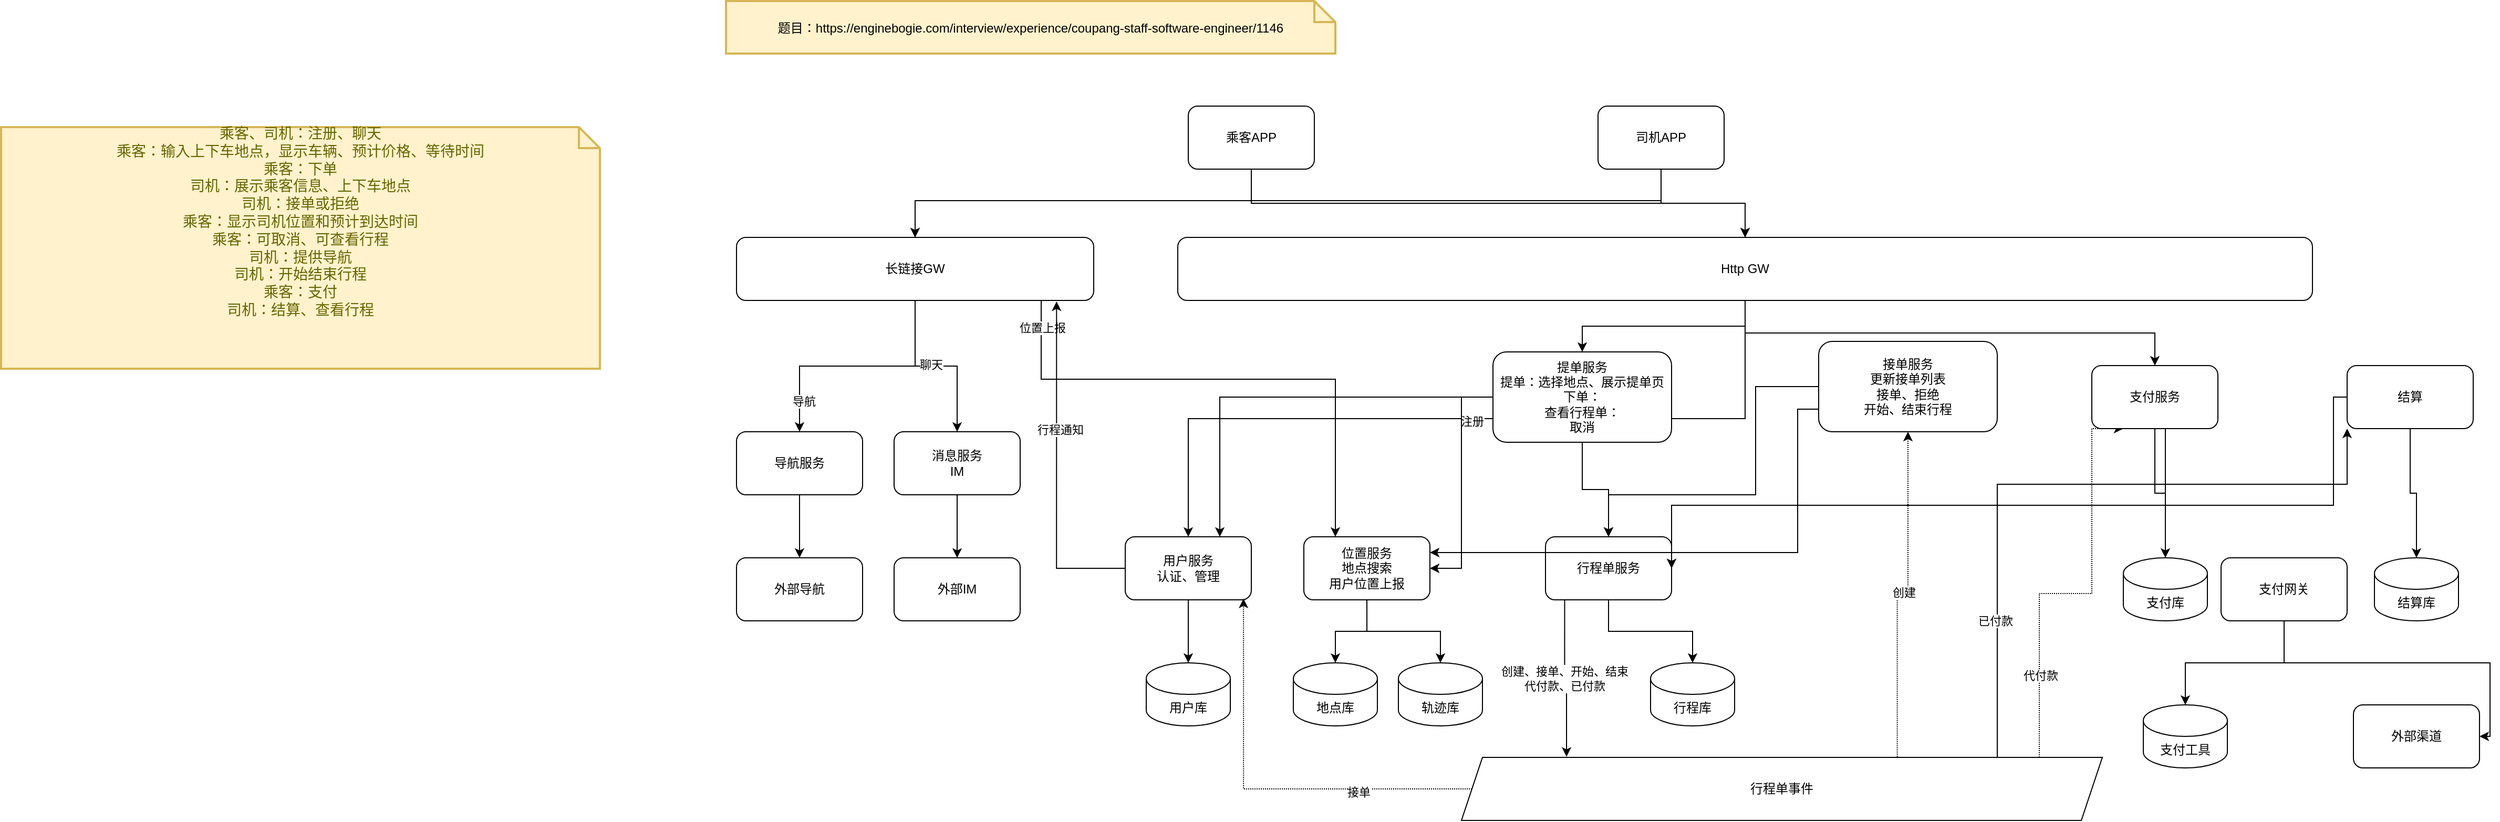
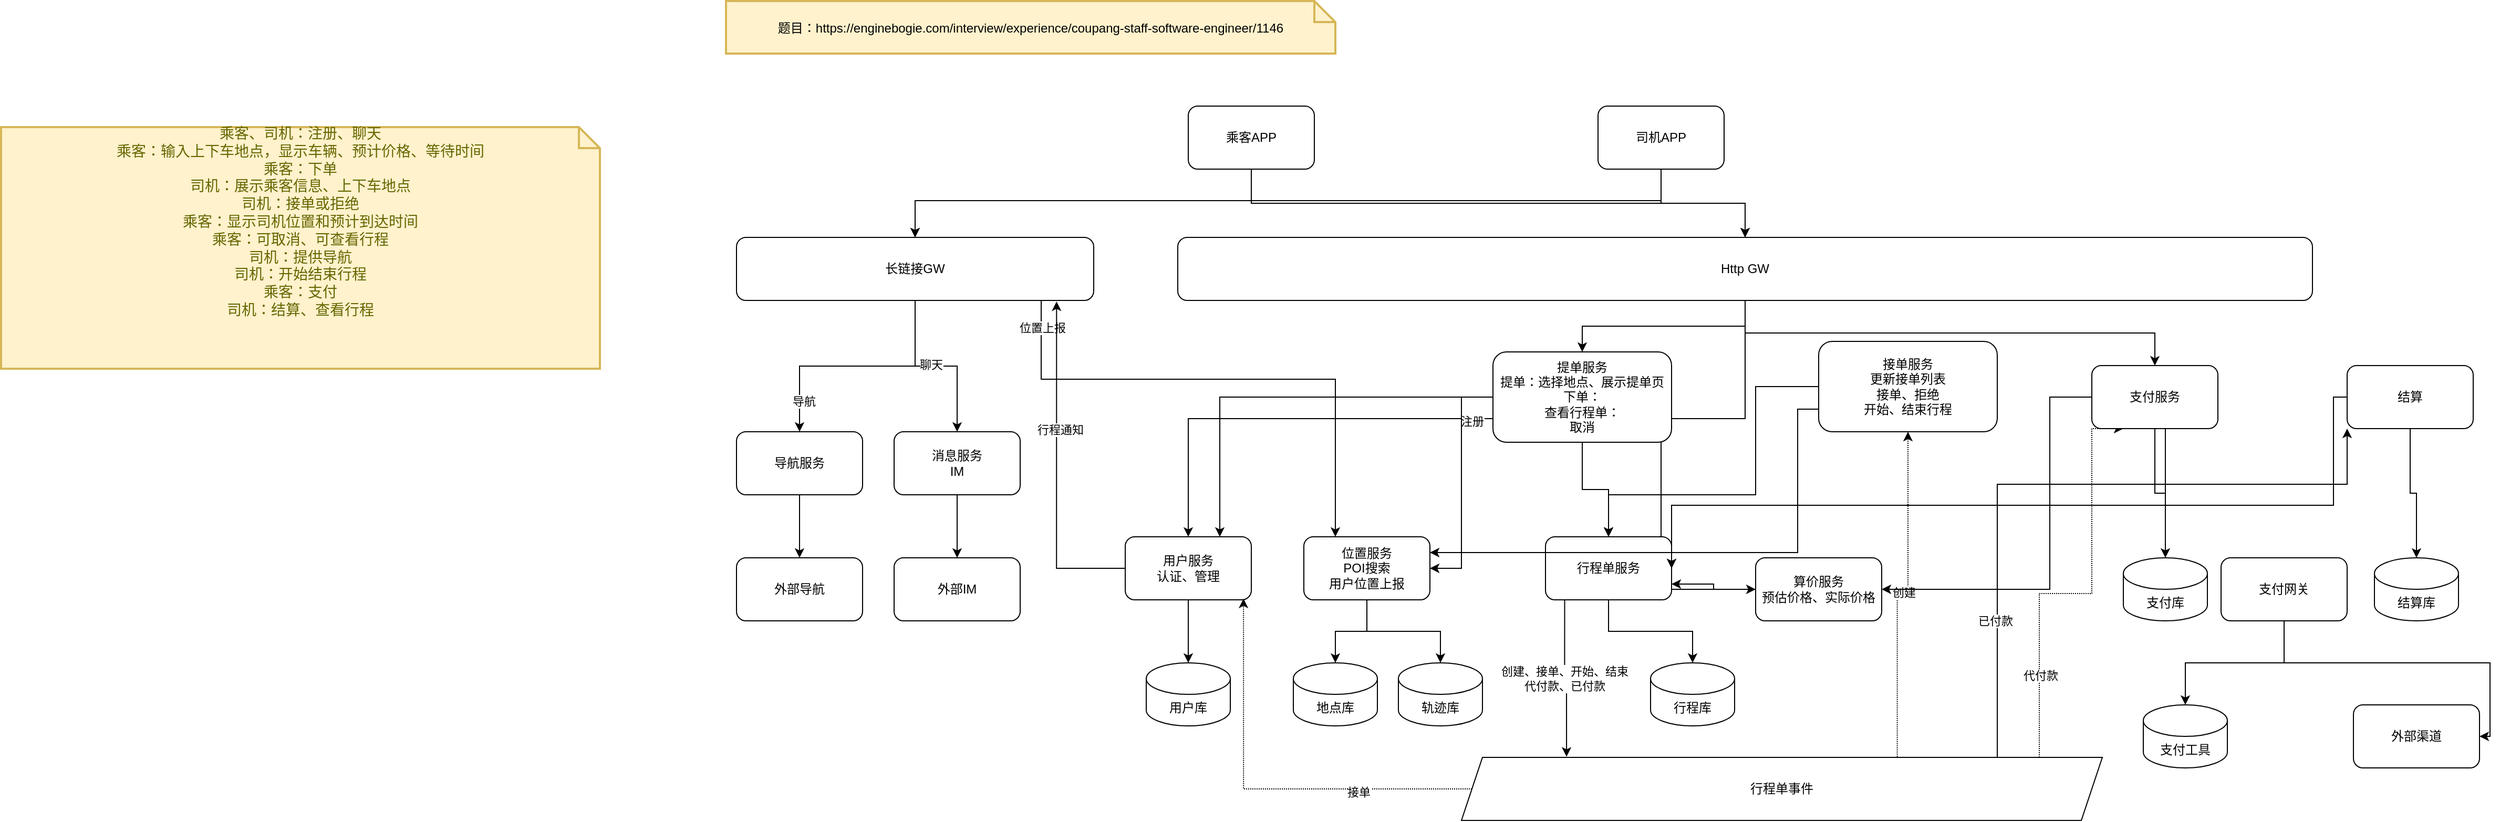
<mxfile host="app.diagrams.net" agent="Mozilla/5.0 (Windows NT 10.0; Win64; x64) AppleWebKit/537.36 (KHTML, like Gecko) draw.io/10.8.0 Chrome/73.0.3683.121 Electron/5.0.4 Safari/537.36">
  <diagram id="dw9DIYGoIQujjZgAUzOq" name="打车应用">
-     <mxGraphModel dx="2516" dy="724" grid="1" gridSize="10" guides="1" tooltips="1" connect="1" arrows="1" fold="1" page="1" pageScale="1" pageWidth="1169" pageHeight="827" math="0" shadow="0">
+     <mxGraphModel dx="3344" dy="1169" grid="1" gridSize="10" guides="1" tooltips="1" connect="1" arrows="1" fold="1" page="1" pageScale="1" pageWidth="1169" pageHeight="827" math="0" shadow="0">
      <root>
        <mxCell id="0" />
        <mxCell id="1" parent="0" />
        <mxCell id="qZWEmjuA36gEhOPuAmIH-36" parent="1" style="shape=note;strokeWidth=2;fontSize=14;size=20;whiteSpace=wrap;html=1;fillColor=#fff2cc;strokeColor=#d6b656;fontColor=#666600;" value="&lt;span style=&quot;color: rgb(0, 0, 0); font-size: 12px;&quot;&gt;题目：https://enginebogie.com/interview/experience/coupang-staff-software-engineer/1146&lt;/span&gt;" vertex="1">
          <mxGeometry height="50" width="580" x="240" y="20" as="geometry" />
        </mxCell>
        <mxCell id="qZWEmjuA36gEhOPuAmIH-51" edge="1" parent="1" source="qZWEmjuA36gEhOPuAmIH-41" style="edgeStyle=orthogonalEdgeStyle;rounded=0;orthogonalLoop=1;jettySize=auto;html=1;" target="qZWEmjuA36gEhOPuAmIH-50">
          <mxGeometry relative="1" as="geometry" />
        </mxCell>
        <mxCell id="qZWEmjuA36gEhOPuAmIH-52" connectable="0" parent="qZWEmjuA36gEhOPuAmIH-51" style="edgeLabel;html=1;align=center;verticalAlign=middle;resizable=0;points=[];" value="注册" vertex="1">
          <mxGeometry relative="1" x="-0.013" y="2" as="geometry">
            <mxPoint as="offset" />
          </mxGeometry>
        </mxCell>
        <mxCell id="qZWEmjuA36gEhOPuAmIH-65" edge="1" parent="1" source="qZWEmjuA36gEhOPuAmIH-41" style="edgeStyle=orthogonalEdgeStyle;rounded=0;orthogonalLoop=1;jettySize=auto;html=1;" target="qZWEmjuA36gEhOPuAmIH-64">
          <mxGeometry relative="1" as="geometry" />
        </mxCell>
        <mxCell id="qZWEmjuA36gEhOPuAmIH-108" edge="1" parent="1" source="qZWEmjuA36gEhOPuAmIH-41" style="edgeStyle=orthogonalEdgeStyle;rounded=0;orthogonalLoop=1;jettySize=auto;html=1;entryX=0.5;entryY=0;entryDx=0;entryDy=0;" target="qZWEmjuA36gEhOPuAmIH-106">
          <mxGeometry relative="1" as="geometry" />
        </mxCell>
        <mxCell id="qZWEmjuA36gEhOPuAmIH-41" parent="1" style="rounded=1;whiteSpace=wrap;html=1;" value="Http GW" vertex="1">
          <mxGeometry height="60" width="1080" x="670" y="245" as="geometry" />
        </mxCell>
        <mxCell id="qZWEmjuA36gEhOPuAmIH-48" edge="1" parent="1" source="qZWEmjuA36gEhOPuAmIH-42" style="edgeStyle=orthogonalEdgeStyle;rounded=0;orthogonalLoop=1;jettySize=auto;html=1;" target="qZWEmjuA36gEhOPuAmIH-41">
          <mxGeometry relative="1" as="geometry" />
        </mxCell>
        <mxCell id="qZWEmjuA36gEhOPuAmIH-119" edge="1" parent="1" source="qZWEmjuA36gEhOPuAmIH-42" style="edgeStyle=orthogonalEdgeStyle;rounded=0;orthogonalLoop=1;jettySize=auto;html=1;" target="qZWEmjuA36gEhOPuAmIH-56">
          <mxGeometry relative="1" as="geometry">
            <Array as="points">
              <mxPoint x="740" y="210" />
              <mxPoint x="420" y="210" />
            </Array>
          </mxGeometry>
        </mxCell>
        <mxCell id="qZWEmjuA36gEhOPuAmIH-42" parent="1" style="rounded=1;whiteSpace=wrap;html=1;" value="乘客APP" vertex="1">
          <mxGeometry height="60" width="120" x="680" y="120" as="geometry" />
        </mxCell>
        <mxCell id="qZWEmjuA36gEhOPuAmIH-49" edge="1" parent="1" source="qZWEmjuA36gEhOPuAmIH-43" style="edgeStyle=orthogonalEdgeStyle;rounded=0;orthogonalLoop=1;jettySize=auto;html=1;" target="qZWEmjuA36gEhOPuAmIH-41">
          <mxGeometry relative="1" as="geometry" />
        </mxCell>
        <mxCell id="qZWEmjuA36gEhOPuAmIH-120" edge="1" parent="1" source="qZWEmjuA36gEhOPuAmIH-43" style="edgeStyle=orthogonalEdgeStyle;rounded=0;orthogonalLoop=1;jettySize=auto;html=1;" target="qZWEmjuA36gEhOPuAmIH-56">
          <mxGeometry relative="1" as="geometry">
            <Array as="points">
              <mxPoint x="1130" y="210" />
              <mxPoint x="420" y="210" />
            </Array>
          </mxGeometry>
        </mxCell>
        <mxCell id="qZWEmjuA36gEhOPuAmIH-43" parent="1" style="rounded=1;whiteSpace=wrap;html=1;" value="司机APP" vertex="1">
          <mxGeometry height="60" width="120" x="1070" y="120" as="geometry" />
        </mxCell>
        <mxCell id="qZWEmjuA36gEhOPuAmIH-54" edge="1" parent="1" source="qZWEmjuA36gEhOPuAmIH-50" style="edgeStyle=orthogonalEdgeStyle;rounded=0;orthogonalLoop=1;jettySize=auto;html=1;" target="qZWEmjuA36gEhOPuAmIH-53">
          <mxGeometry relative="1" as="geometry" />
        </mxCell>
        <mxCell id="qZWEmjuA36gEhOPuAmIH-50" parent="1" style="rounded=1;whiteSpace=wrap;html=1;" value="用户服务&lt;div&gt;认证、管理&lt;/div&gt;" vertex="1">
          <mxGeometry height="60" width="120" x="620" y="530" as="geometry" />
        </mxCell>
        <mxCell id="qZWEmjuA36gEhOPuAmIH-53" parent="1" style="shape=cylinder3;whiteSpace=wrap;html=1;boundedLbl=1;backgroundOutline=1;size=15;" value="用户库" vertex="1">
          <mxGeometry height="60" width="80" x="640" y="650" as="geometry" />
        </mxCell>
        <mxCell id="qZWEmjuA36gEhOPuAmIH-55" parent="1" style="shape=note;strokeWidth=2;fontSize=14;size=20;whiteSpace=wrap;html=1;fillColor=#fff2cc;strokeColor=#d6b656;fontColor=#666600;" value="乘客、司机：注册、聊天&lt;div&gt;&lt;div&gt;乘客：输入上下车地点，&lt;span style=&quot;background-color: transparent; color: light-dark(rgb(102, 102, 0), rgb(162, 162, 74));&quot;&gt;显示车辆、预计价格、等待时间&lt;/span&gt;&lt;/div&gt;&lt;div&gt;&lt;span style=&quot;background-color: transparent; color: light-dark(rgb(102, 102, 0), rgb(162, 162, 74));&quot;&gt;乘客：下单&lt;/span&gt;&lt;/div&gt;&lt;div&gt;&lt;span style=&quot;background-color: transparent; color: light-dark(rgb(102, 102, 0), rgb(162, 162, 74));&quot;&gt;司机：展示乘客信息、上下车地点&lt;/span&gt;&lt;/div&gt;&lt;div&gt;&lt;span style=&quot;background-color: transparent; color: light-dark(rgb(102, 102, 0), rgb(162, 162, 74));&quot;&gt;司机：接单或拒绝&lt;/span&gt;&lt;/div&gt;&lt;div&gt;&lt;span style=&quot;background-color: transparent; color: light-dark(rgb(102, 102, 0), rgb(162, 162, 74));&quot;&gt;乘客：显示司机位置和预计到达时间&lt;/span&gt;&lt;/div&gt;&lt;div&gt;&lt;span style=&quot;background-color: transparent; color: light-dark(rgb(102, 102, 0), rgb(162, 162, 74));&quot;&gt;乘客：可取消、可查看行程&lt;/span&gt;&lt;/div&gt;&lt;div&gt;&lt;span style=&quot;background-color: transparent; color: light-dark(rgb(102, 102, 0), rgb(162, 162, 74));&quot;&gt;司机：提供导航&lt;/span&gt;&lt;/div&gt;&lt;div&gt;&lt;span style=&quot;background-color: transparent; color: light-dark(rgb(102, 102, 0), rgb(162, 162, 74));&quot;&gt;司机：开始结束行程&lt;/span&gt;&lt;/div&gt;&lt;div&gt;&lt;span style=&quot;background-color: transparent; color: light-dark(rgb(102, 102, 0), rgb(162, 162, 74));&quot;&gt;乘客：支付&lt;/span&gt;&lt;/div&gt;&lt;div&gt;&lt;span style=&quot;background-color: transparent; color: light-dark(rgb(102, 102, 0), rgb(162, 162, 74));&quot;&gt;司机：结算、查看行程&lt;/span&gt;&lt;/div&gt;&lt;div&gt;&lt;span style=&quot;background-color: transparent; color: light-dark(rgb(102, 102, 0), rgb(162, 162, 74));&quot;&gt;&lt;br&gt;&lt;/span&gt;&lt;/div&gt;&lt;div&gt;&lt;span style=&quot;background-color: transparent; color: light-dark(rgb(102, 102, 0), rgb(162, 162, 74));&quot;&gt;&lt;br&gt;&lt;/span&gt;&lt;/div&gt;&lt;div&gt;&lt;br&gt;&lt;/div&gt;&lt;/div&gt;" vertex="1">
          <mxGeometry height="230" width="570" x="-450" y="140" as="geometry" />
        </mxCell>
        <mxCell id="qZWEmjuA36gEhOPuAmIH-60" edge="1" parent="1" source="qZWEmjuA36gEhOPuAmIH-56" style="edgeStyle=orthogonalEdgeStyle;rounded=0;orthogonalLoop=1;jettySize=auto;html=1;" target="qZWEmjuA36gEhOPuAmIH-59">
          <mxGeometry relative="1" as="geometry" />
        </mxCell>
        <mxCell id="qZWEmjuA36gEhOPuAmIH-63" connectable="0" parent="qZWEmjuA36gEhOPuAmIH-60" style="edgeLabel;html=1;align=center;verticalAlign=middle;resizable=0;points=[];" value="聊天" vertex="1">
          <mxGeometry relative="1" x="-0.0621" y="2" as="geometry">
            <mxPoint as="offset" />
          </mxGeometry>
        </mxCell>
        <mxCell id="qZWEmjuA36gEhOPuAmIH-100" edge="1" parent="1" source="qZWEmjuA36gEhOPuAmIH-56" style="edgeStyle=orthogonalEdgeStyle;rounded=0;orthogonalLoop=1;jettySize=auto;html=1;exitX=0.75;exitY=1;exitDx=0;exitDy=0;entryX=0.25;entryY=0;entryDx=0;entryDy=0;" target="qZWEmjuA36gEhOPuAmIH-68">
          <mxGeometry relative="1" as="geometry">
            <Array as="points">
              <mxPoint x="540" y="380" />
              <mxPoint x="820" y="380" />
            </Array>
          </mxGeometry>
        </mxCell>
        <mxCell id="qZWEmjuA36gEhOPuAmIH-101" connectable="0" parent="qZWEmjuA36gEhOPuAmIH-100" style="edgeLabel;html=1;align=center;verticalAlign=middle;resizable=0;points=[];" value="位置上报" vertex="1">
          <mxGeometry relative="1" x="-0.7735" y="1" as="geometry">
            <mxPoint as="offset" />
          </mxGeometry>
        </mxCell>
        <mxCell id="qZWEmjuA36gEhOPuAmIH-102" edge="1" parent="1" source="qZWEmjuA36gEhOPuAmIH-56" style="edgeStyle=orthogonalEdgeStyle;rounded=0;orthogonalLoop=1;jettySize=auto;html=1;" target="qZWEmjuA36gEhOPuAmIH-99">
          <mxGeometry relative="1" as="geometry" />
        </mxCell>
        <mxCell id="qZWEmjuA36gEhOPuAmIH-103" connectable="0" parent="qZWEmjuA36gEhOPuAmIH-102" style="edgeLabel;html=1;align=center;verticalAlign=middle;resizable=0;points=[];" value="导航" vertex="1">
          <mxGeometry relative="1" x="0.7552" y="4" as="geometry">
            <mxPoint as="offset" />
          </mxGeometry>
        </mxCell>
        <mxCell id="qZWEmjuA36gEhOPuAmIH-56" parent="1" style="rounded=1;whiteSpace=wrap;html=1;" value="长链接GW" vertex="1">
          <mxGeometry height="60" width="340" x="250" y="245" as="geometry" />
        </mxCell>
        <mxCell id="qZWEmjuA36gEhOPuAmIH-62" edge="1" parent="1" source="qZWEmjuA36gEhOPuAmIH-59" style="edgeStyle=orthogonalEdgeStyle;rounded=0;orthogonalLoop=1;jettySize=auto;html=1;" target="qZWEmjuA36gEhOPuAmIH-61">
          <mxGeometry relative="1" as="geometry" />
        </mxCell>
        <mxCell id="qZWEmjuA36gEhOPuAmIH-59" parent="1" style="rounded=1;whiteSpace=wrap;html=1;" value="消息服务&lt;div&gt;IM&lt;/div&gt;" vertex="1">
          <mxGeometry height="60" width="120" x="400" y="430" as="geometry" />
        </mxCell>
        <mxCell id="qZWEmjuA36gEhOPuAmIH-61" parent="1" style="rounded=1;whiteSpace=wrap;html=1;" value="外部IM" vertex="1">
          <mxGeometry height="60" width="120" x="400" y="550" as="geometry" />
        </mxCell>
        <mxCell id="qZWEmjuA36gEhOPuAmIH-72" edge="1" parent="1" source="qZWEmjuA36gEhOPuAmIH-64" style="edgeStyle=orthogonalEdgeStyle;rounded=0;orthogonalLoop=1;jettySize=auto;html=1;entryX=1;entryY=0.5;entryDx=0;entryDy=0;" target="qZWEmjuA36gEhOPuAmIH-68">
          <mxGeometry relative="1" as="geometry" />
        </mxCell>
        <mxCell id="qZWEmjuA36gEhOPuAmIH-73" edge="1" parent="1" source="qZWEmjuA36gEhOPuAmIH-64" style="edgeStyle=orthogonalEdgeStyle;rounded=0;orthogonalLoop=1;jettySize=auto;html=1;entryX=0.75;entryY=0;entryDx=0;entryDy=0;" target="qZWEmjuA36gEhOPuAmIH-50">
          <mxGeometry relative="1" as="geometry" />
        </mxCell>
        <mxCell id="qZWEmjuA36gEhOPuAmIH-77" edge="1" parent="1" source="qZWEmjuA36gEhOPuAmIH-64" style="edgeStyle=orthogonalEdgeStyle;rounded=0;orthogonalLoop=1;jettySize=auto;html=1;" target="qZWEmjuA36gEhOPuAmIH-74">
          <mxGeometry relative="1" as="geometry" />
        </mxCell>
        <mxCell id="qZWEmjuA36gEhOPuAmIH-86" edge="1" parent="1" source="qZWEmjuA36gEhOPuAmIH-74" style="edgeStyle=orthogonalEdgeStyle;rounded=0;orthogonalLoop=1;jettySize=auto;html=1;exitX=0.152;exitY=0.965;exitDx=0;exitDy=0;entryX=0.164;entryY=-0.011;entryDx=0;entryDy=0;exitPerimeter=0;entryPerimeter=0;" target="qZWEmjuA36gEhOPuAmIH-84">
          <mxGeometry relative="1" as="geometry" />
        </mxCell>
        <mxCell id="qZWEmjuA36gEhOPuAmIH-87" connectable="0" parent="qZWEmjuA36gEhOPuAmIH-86" style="edgeLabel;html=1;align=center;verticalAlign=middle;resizable=0;points=[];" value="创建、接单、开始、结束&lt;div&gt;代付款、已付款&lt;/div&gt;" vertex="1">
          <mxGeometry relative="1" x="0.0003" as="geometry">
            <mxPoint as="offset" />
          </mxGeometry>
        </mxCell>
+         <mxCell id="qZWEmjuA36gEhOPuAmIH-138" edge="1" parent="1" source="qZWEmjuA36gEhOPuAmIH-64" style="edgeStyle=orthogonalEdgeStyle;rounded=0;orthogonalLoop=1;jettySize=auto;html=1;" target="qZWEmjuA36gEhOPuAmIH-137">
+           <mxGeometry relative="1" as="geometry">
+             <Array as="points">
+               <mxPoint x="1130" y="580" />
+             </Array>
+           </mxGeometry>
+         </mxCell>
        <mxCell id="qZWEmjuA36gEhOPuAmIH-64" parent="1" style="rounded=1;whiteSpace=wrap;html=1;" value="提单服务&lt;div&gt;提单：选择地点、展示提单页&lt;/div&gt;&lt;div&gt;下单：&lt;/div&gt;&lt;div&gt;查看行程单：&lt;/div&gt;&lt;div&gt;取消&lt;/div&gt;" vertex="1">
          <mxGeometry height="86" width="170" x="970" y="354" as="geometry" />
        </mxCell>
        <mxCell id="qZWEmjuA36gEhOPuAmIH-67" edge="1" parent="1" source="qZWEmjuA36gEhOPuAmIH-68" style="edgeStyle=orthogonalEdgeStyle;rounded=0;orthogonalLoop=1;jettySize=auto;html=1;" target="qZWEmjuA36gEhOPuAmIH-69">
          <mxGeometry relative="1" as="geometry" />
        </mxCell>
        <mxCell id="qZWEmjuA36gEhOPuAmIH-71" edge="1" parent="1" source="qZWEmjuA36gEhOPuAmIH-68" style="edgeStyle=orthogonalEdgeStyle;rounded=0;orthogonalLoop=1;jettySize=auto;html=1;" target="qZWEmjuA36gEhOPuAmIH-70">
          <mxGeometry relative="1" as="geometry" />
        </mxCell>
-         <mxCell id="qZWEmjuA36gEhOPuAmIH-68" parent="1" style="rounded=1;whiteSpace=wrap;html=1;" value="位置服务&lt;div&gt;地点搜索&lt;/div&gt;&lt;div&gt;用户位置上报&lt;/div&gt;" vertex="1">
+         <mxCell id="qZWEmjuA36gEhOPuAmIH-68" parent="1" style="rounded=1;whiteSpace=wrap;html=1;" value="位置服务&lt;div&gt;POI搜索&lt;/div&gt;&lt;div&gt;用户位置上报&lt;/div&gt;" vertex="1">
          <mxGeometry height="60" width="120" x="790" y="530" as="geometry" />
        </mxCell>
        <mxCell id="qZWEmjuA36gEhOPuAmIH-69" parent="1" style="shape=cylinder3;whiteSpace=wrap;html=1;boundedLbl=1;backgroundOutline=1;size=15;" value="轨迹库" vertex="1">
          <mxGeometry height="60" width="80" x="880" y="650" as="geometry" />
        </mxCell>
        <mxCell id="qZWEmjuA36gEhOPuAmIH-70" parent="1" style="shape=cylinder3;whiteSpace=wrap;html=1;boundedLbl=1;backgroundOutline=1;size=15;" value="地点库" vertex="1">
          <mxGeometry height="60" width="80" x="780" y="650" as="geometry" />
        </mxCell>
        <mxCell id="qZWEmjuA36gEhOPuAmIH-76" edge="1" parent="1" source="qZWEmjuA36gEhOPuAmIH-74" style="edgeStyle=orthogonalEdgeStyle;rounded=0;orthogonalLoop=1;jettySize=auto;html=1;" target="qZWEmjuA36gEhOPuAmIH-75">
          <mxGeometry relative="1" as="geometry" />
        </mxCell>
        <mxCell id="qZWEmjuA36gEhOPuAmIH-74" parent="1" style="rounded=1;whiteSpace=wrap;html=1;" value="行程单服务" vertex="1">
          <mxGeometry height="60" width="120" x="1020" y="530" as="geometry" />
        </mxCell>
        <mxCell id="qZWEmjuA36gEhOPuAmIH-75" parent="1" style="shape=cylinder3;whiteSpace=wrap;html=1;boundedLbl=1;backgroundOutline=1;size=15;" value="行程库" vertex="1">
          <mxGeometry height="60" width="80" x="1120" y="650" as="geometry" />
        </mxCell>
        <mxCell id="qZWEmjuA36gEhOPuAmIH-83" edge="1" parent="1" source="qZWEmjuA36gEhOPuAmIH-78" style="edgeStyle=orthogonalEdgeStyle;rounded=0;orthogonalLoop=1;jettySize=auto;html=1;" target="qZWEmjuA36gEhOPuAmIH-74">
          <mxGeometry relative="1" as="geometry">
            <Array as="points">
              <mxPoint x="1220" y="387" />
              <mxPoint x="1220" y="490" />
              <mxPoint x="1080" y="490" />
            </Array>
          </mxGeometry>
        </mxCell>
        <mxCell id="qZWEmjuA36gEhOPuAmIH-127" edge="1" parent="1" source="qZWEmjuA36gEhOPuAmIH-78" style="edgeStyle=orthogonalEdgeStyle;rounded=0;orthogonalLoop=1;jettySize=auto;html=1;exitX=0;exitY=0.75;exitDx=0;exitDy=0;entryX=1;entryY=0.25;entryDx=0;entryDy=0;" target="qZWEmjuA36gEhOPuAmIH-68">
          <mxGeometry relative="1" as="geometry">
            <Array as="points">
              <mxPoint x="1260" y="408" />
              <mxPoint x="1260" y="545" />
            </Array>
          </mxGeometry>
        </mxCell>
        <mxCell id="qZWEmjuA36gEhOPuAmIH-78" parent="1" style="rounded=1;whiteSpace=wrap;html=1;" value="接单服务&lt;div&gt;更新接单列表&lt;/div&gt;&lt;div&gt;接单、拒绝&lt;/div&gt;&lt;div&gt;开始、结束行程&lt;/div&gt;" vertex="1">
          <mxGeometry height="86" width="170" x="1280" y="344" as="geometry" />
        </mxCell>
        <mxCell id="qZWEmjuA36gEhOPuAmIH-88" edge="1" parent="1" source="qZWEmjuA36gEhOPuAmIH-84" style="edgeStyle=orthogonalEdgeStyle;rounded=0;orthogonalLoop=1;jettySize=auto;html=1;dashed=1;dashPattern=1 1;exitX=0.68;exitY=-0.011;exitDx=0;exitDy=0;exitPerimeter=0;" target="qZWEmjuA36gEhOPuAmIH-78">
          <mxGeometry relative="1" as="geometry" />
        </mxCell>
        <mxCell id="qZWEmjuA36gEhOPuAmIH-89" connectable="0" parent="qZWEmjuA36gEhOPuAmIH-88" style="edgeLabel;html=1;align=center;verticalAlign=middle;resizable=0;points=[];" value="创建" vertex="1">
          <mxGeometry relative="1" x="0.0024" y="2" as="geometry">
            <mxPoint as="offset" />
          </mxGeometry>
        </mxCell>
        <mxCell id="qZWEmjuA36gEhOPuAmIH-132" edge="1" parent="1" source="qZWEmjuA36gEhOPuAmIH-84" style="edgeStyle=orthogonalEdgeStyle;rounded=0;orthogonalLoop=1;jettySize=auto;html=1;entryX=0.25;entryY=1;entryDx=0;entryDy=0;dashed=1;dashPattern=1 1;" target="qZWEmjuA36gEhOPuAmIH-106">
          <mxGeometry relative="1" as="geometry">
            <Array as="points">
              <mxPoint x="1490" y="584" />
              <mxPoint x="1540" y="584" />
              <mxPoint x="1540" y="427" />
            </Array>
          </mxGeometry>
        </mxCell>
        <mxCell id="qZWEmjuA36gEhOPuAmIH-133" connectable="0" parent="qZWEmjuA36gEhOPuAmIH-132" style="edgeLabel;html=1;align=center;verticalAlign=middle;resizable=0;points=[];" value="代付款" vertex="1">
          <mxGeometry relative="1" x="-0.604" y="-1" as="geometry">
            <mxPoint as="offset" />
          </mxGeometry>
        </mxCell>
        <mxCell id="qZWEmjuA36gEhOPuAmIH-135" edge="1" parent="1" source="qZWEmjuA36gEhOPuAmIH-84" style="edgeStyle=orthogonalEdgeStyle;rounded=0;orthogonalLoop=1;jettySize=auto;html=1;exitX=1;exitY=0;exitDx=0;exitDy=0;entryX=0;entryY=1;entryDx=0;entryDy=0;" target="qZWEmjuA36gEhOPuAmIH-109">
          <mxGeometry relative="1" as="geometry">
            <Array as="points">
              <mxPoint x="1450" y="740" />
              <mxPoint x="1450" y="480" />
              <mxPoint x="1783" y="480" />
            </Array>
          </mxGeometry>
        </mxCell>
        <mxCell id="qZWEmjuA36gEhOPuAmIH-136" connectable="0" parent="qZWEmjuA36gEhOPuAmIH-135" style="edgeLabel;html=1;align=center;verticalAlign=middle;resizable=0;points=[];" value="已付款" vertex="1">
          <mxGeometry relative="1" x="-0.3829" y="2" as="geometry">
            <mxPoint as="offset" />
          </mxGeometry>
        </mxCell>
        <mxCell id="qZWEmjuA36gEhOPuAmIH-84" parent="1" style="shape=parallelogram;perimeter=parallelogramPerimeter;whiteSpace=wrap;html=1;fixedSize=1;" value="行程单事件" vertex="1">
          <mxGeometry height="60" width="610" x="940" y="740" as="geometry" />
        </mxCell>
        <mxCell id="qZWEmjuA36gEhOPuAmIH-95" edge="1" parent="1" source="qZWEmjuA36gEhOPuAmIH-84" style="edgeStyle=orthogonalEdgeStyle;rounded=0;orthogonalLoop=1;jettySize=auto;html=1;entryX=0.938;entryY=0.981;entryDx=0;entryDy=0;entryPerimeter=0;dashed=1;dashPattern=1 1;" target="qZWEmjuA36gEhOPuAmIH-50">
          <mxGeometry relative="1" as="geometry" />
        </mxCell>
        <mxCell id="qZWEmjuA36gEhOPuAmIH-96" connectable="0" parent="qZWEmjuA36gEhOPuAmIH-95" style="edgeLabel;html=1;align=center;verticalAlign=middle;resizable=0;points=[];" value="接单" vertex="1">
          <mxGeometry relative="1" x="-0.4585" y="3" as="geometry">
            <mxPoint as="offset" />
          </mxGeometry>
        </mxCell>
        <mxCell id="qZWEmjuA36gEhOPuAmIH-97" edge="1" parent="1" source="qZWEmjuA36gEhOPuAmIH-50" style="edgeStyle=orthogonalEdgeStyle;rounded=0;orthogonalLoop=1;jettySize=auto;html=1;entryX=0.896;entryY=1.017;entryDx=0;entryDy=0;entryPerimeter=0;" target="qZWEmjuA36gEhOPuAmIH-56">
          <mxGeometry relative="1" as="geometry" />
        </mxCell>
        <mxCell id="qZWEmjuA36gEhOPuAmIH-98" connectable="0" parent="qZWEmjuA36gEhOPuAmIH-97" style="edgeLabel;html=1;align=center;verticalAlign=middle;resizable=0;points=[];" value="行程通知" vertex="1">
          <mxGeometry relative="1" x="0.2376" y="-3" as="geometry">
            <mxPoint as="offset" />
          </mxGeometry>
        </mxCell>
        <mxCell id="qZWEmjuA36gEhOPuAmIH-105" edge="1" parent="1" source="qZWEmjuA36gEhOPuAmIH-99" style="edgeStyle=orthogonalEdgeStyle;rounded=0;orthogonalLoop=1;jettySize=auto;html=1;" target="qZWEmjuA36gEhOPuAmIH-104">
          <mxGeometry relative="1" as="geometry" />
        </mxCell>
        <mxCell id="qZWEmjuA36gEhOPuAmIH-99" parent="1" style="rounded=1;whiteSpace=wrap;html=1;" value="导航服务" vertex="1">
          <mxGeometry height="60" width="120" x="250" y="430" as="geometry" />
        </mxCell>
        <mxCell id="qZWEmjuA36gEhOPuAmIH-104" parent="1" style="rounded=1;whiteSpace=wrap;html=1;" value="外部导航" vertex="1">
          <mxGeometry height="60" width="120" x="250" y="550" as="geometry" />
        </mxCell>
        <mxCell id="qZWEmjuA36gEhOPuAmIH-107" edge="1" parent="1" source="qZWEmjuA36gEhOPuAmIH-106" style="edgeStyle=orthogonalEdgeStyle;rounded=0;orthogonalLoop=1;jettySize=auto;html=1;entryX=1;entryY=0.5;entryDx=0;entryDy=0;" target="qZWEmjuA36gEhOPuAmIH-74">
          <mxGeometry relative="1" as="geometry">
            <Array as="points">
              <mxPoint x="1610" y="500" />
              <mxPoint x="1140" y="500" />
            </Array>
          </mxGeometry>
        </mxCell>
        <mxCell id="qZWEmjuA36gEhOPuAmIH-130" edge="1" parent="1" source="qZWEmjuA36gEhOPuAmIH-106" style="edgeStyle=orthogonalEdgeStyle;rounded=0;orthogonalLoop=1;jettySize=auto;html=1;" target="qZWEmjuA36gEhOPuAmIH-128">
          <mxGeometry relative="1" as="geometry" />
        </mxCell>
+         <mxCell id="qZWEmjuA36gEhOPuAmIH-139" edge="1" parent="1" source="qZWEmjuA36gEhOPuAmIH-106" style="edgeStyle=orthogonalEdgeStyle;rounded=0;orthogonalLoop=1;jettySize=auto;html=1;entryX=1;entryY=0.5;entryDx=0;entryDy=0;" target="qZWEmjuA36gEhOPuAmIH-137">
+           <mxGeometry relative="1" as="geometry">
+             <Array as="points">
+               <mxPoint x="1500" y="397" />
+               <mxPoint x="1500" y="580" />
+             </Array>
+           </mxGeometry>
+         </mxCell>
        <mxCell id="qZWEmjuA36gEhOPuAmIH-106" parent="1" style="rounded=1;whiteSpace=wrap;html=1;" value="支付服务" vertex="1">
          <mxGeometry height="60" width="120" x="1540" y="367" as="geometry" />
        </mxCell>
        <mxCell id="qZWEmjuA36gEhOPuAmIH-121" edge="1" parent="1" source="qZWEmjuA36gEhOPuAmIH-109" style="edgeStyle=orthogonalEdgeStyle;rounded=0;orthogonalLoop=1;jettySize=auto;html=1;entryX=1;entryY=0.5;entryDx=0;entryDy=0;" target="qZWEmjuA36gEhOPuAmIH-74">
          <mxGeometry relative="1" as="geometry">
            <Array as="points">
              <mxPoint x="1770" y="500" />
              <mxPoint x="1140" y="500" />
            </Array>
          </mxGeometry>
        </mxCell>
        <mxCell id="qZWEmjuA36gEhOPuAmIH-131" edge="1" parent="1" source="qZWEmjuA36gEhOPuAmIH-109" style="edgeStyle=orthogonalEdgeStyle;rounded=0;orthogonalLoop=1;jettySize=auto;html=1;" target="qZWEmjuA36gEhOPuAmIH-129">
          <mxGeometry relative="1" as="geometry" />
        </mxCell>
        <mxCell id="qZWEmjuA36gEhOPuAmIH-109" parent="1" style="rounded=1;whiteSpace=wrap;html=1;" value="结算" vertex="1">
          <mxGeometry height="60" width="120" x="1783" y="367" as="geometry" />
        </mxCell>
        <mxCell id="qZWEmjuA36gEhOPuAmIH-116" edge="1" parent="1" source="qZWEmjuA36gEhOPuAmIH-110" style="edgeStyle=orthogonalEdgeStyle;rounded=0;orthogonalLoop=1;jettySize=auto;html=1;" target="qZWEmjuA36gEhOPuAmIH-113">
          <mxGeometry relative="1" as="geometry" />
        </mxCell>
        <mxCell id="qZWEmjuA36gEhOPuAmIH-118" edge="1" parent="1" source="qZWEmjuA36gEhOPuAmIH-110" style="edgeStyle=orthogonalEdgeStyle;rounded=0;orthogonalLoop=1;jettySize=auto;html=1;" target="qZWEmjuA36gEhOPuAmIH-111">
          <mxGeometry relative="1" as="geometry">
            <Array as="points">
              <mxPoint x="1723" y="650" />
              <mxPoint x="1919" y="650" />
            </Array>
          </mxGeometry>
        </mxCell>
        <mxCell id="qZWEmjuA36gEhOPuAmIH-110" parent="1" style="rounded=1;whiteSpace=wrap;html=1;" value="支付网关" vertex="1">
          <mxGeometry height="60" width="120" x="1663" y="550" as="geometry" />
        </mxCell>
        <mxCell id="qZWEmjuA36gEhOPuAmIH-111" parent="1" style="rounded=1;whiteSpace=wrap;html=1;" value="外部渠道" vertex="1">
          <mxGeometry height="60" width="120" x="1789" y="690" as="geometry" />
        </mxCell>
        <mxCell id="qZWEmjuA36gEhOPuAmIH-113" parent="1" style="shape=cylinder3;whiteSpace=wrap;html=1;boundedLbl=1;backgroundOutline=1;size=15;" value="支付工具" vertex="1">
          <mxGeometry height="60" width="80" x="1589" y="690" as="geometry" />
        </mxCell>
        <mxCell id="qZWEmjuA36gEhOPuAmIH-128" parent="1" style="shape=cylinder3;whiteSpace=wrap;html=1;boundedLbl=1;backgroundOutline=1;size=15;" value="支付库" vertex="1">
          <mxGeometry height="60" width="80" x="1570" y="550" as="geometry" />
        </mxCell>
        <mxCell id="qZWEmjuA36gEhOPuAmIH-129" parent="1" style="shape=cylinder3;whiteSpace=wrap;html=1;boundedLbl=1;backgroundOutline=1;size=15;" value="结算库" vertex="1">
          <mxGeometry height="60" width="80" x="1809" y="550" as="geometry" />
+         </mxCell>
+         <mxCell id="qZWEmjuA36gEhOPuAmIH-140" edge="1" parent="1" source="qZWEmjuA36gEhOPuAmIH-137" style="edgeStyle=orthogonalEdgeStyle;rounded=0;orthogonalLoop=1;jettySize=auto;html=1;entryX=1;entryY=0.75;entryDx=0;entryDy=0;" target="qZWEmjuA36gEhOPuAmIH-74">
+           <mxGeometry relative="1" as="geometry" />
+         </mxCell>
+         <mxCell id="qZWEmjuA36gEhOPuAmIH-137" parent="1" style="rounded=1;whiteSpace=wrap;html=1;" value="算价服务&lt;div&gt;预估价格、实际价格&lt;/div&gt;" vertex="1">
+           <mxGeometry height="60" width="120" x="1220" y="550" as="geometry" />
        </mxCell>
      </root>
    </mxGraphModel>
  </diagram>
</mxfile>
